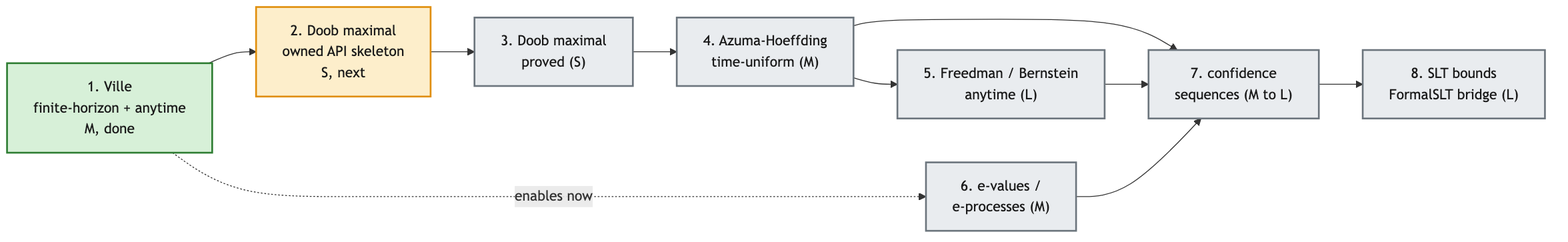
Above: docs/figures/roadmap.png in Robby955/formal-martingales (Mermaid), before the change. Its source is kept beside it as docs/figures/roadmap.mmd. The source it was exported from:
```mermaid
flowchart LR
    V["1. Ville<br/>finite-horizon + anytime<br/>M, done"]
    D1["2. Doob maximal<br/>owned API skeleton<br/>S, next"]
    D2["3. Doob maximal<br/>proved (S)"]
    AZ["4. Azuma-Hoeffding<br/>time-uniform (M)"]
    FB["5. Freedman / Bernstein<br/>anytime (L)"]
    E["6. e-values /<br/>e-processes (M)"]
    CS["7. confidence<br/>sequences (M to L)"]
    SLT["8. SLT bounds<br/>FormalSLT bridge (L)"]

    V --> D1 --> D2 --> AZ --> FB
    V -. enables now .-> E
    AZ --> CS
    FB --> CS
    E --> CS --> SLT

    classDef done fill:#d7f0d8,stroke:#2e7d32,stroke-width:2px,color:#1b1b1b;
    classDef next fill:#fdeecb,stroke:#e08e0b,stroke-width:2px,color:#1b1b1b;
    classDef planned fill:#e9ecef,stroke:#6c757d,stroke-width:2px,color:#1b1b1b;

    class V done;
    class D1 next;
    class D2,AZ,FB,E,CS,SLT planned;
```
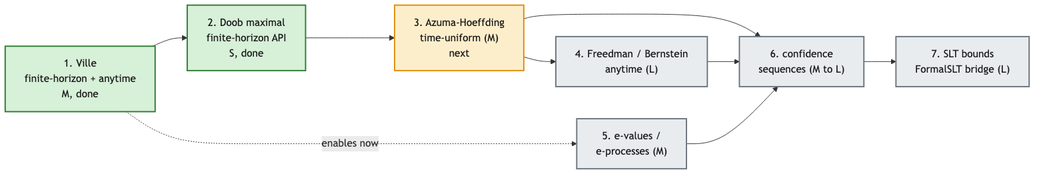
The same file after the commit.

Commit message:
prove finite-horizon Doob API

What changed in the source:
```diff
@@ -1,14 +1,13 @@
 flowchart LR
     V["1. Ville<br/>finite-horizon + anytime<br/>M, done"]
-    D1["2. Doob maximal<br/>owned API skeleton<br/>S, next"]
-    D2["3. Doob maximal<br/>proved (S)"]
-    AZ["4. Azuma-Hoeffding<br/>time-uniform (M)"]
-    FB["5. Freedman / Bernstein<br/>anytime (L)"]
-    E["6. e-values /<br/>e-processes (M)"]
-    CS["7. confidence<br/>sequences (M to L)"]
-    SLT["8. SLT bounds<br/>FormalSLT bridge (L)"]
+    D1["2. Doob maximal<br/>finite-horizon API<br/>S, done"]
+    AZ["3. Azuma-Hoeffding<br/>time-uniform (M)<br/>next"]
+    FB["4. Freedman / Bernstein<br/>anytime (L)"]
+    E["5. e-values /<br/>e-processes (M)"]
+    CS["6. confidence<br/>sequences (M to L)"]
+    SLT["7. SLT bounds<br/>FormalSLT bridge (L)"]
 
-    V --> D1 --> D2 --> AZ --> FB
+    V --> D1 --> AZ --> FB
     V -. enables now .-> E
     AZ --> CS
     FB --> CS
@@ -18,6 +17,6 @@
     classDef next fill:#fdeecb,stroke:#e08e0b,stroke-width:2px,color:#1b1b1b;
     classDef planned fill:#e9ecef,stroke:#6c757d,stroke-width:2px,color:#1b1b1b;
 
-    class V done;
-    class D1 next;
-    class D2,AZ,FB,E,CS,SLT planned;
+    class V,D1 done;
+    class AZ next;
+    class FB,E,CS,SLT planned;
```
